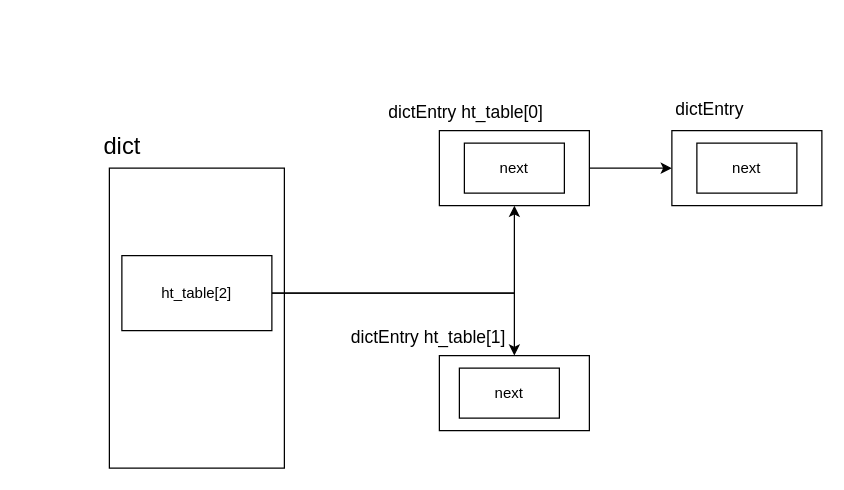
The draw.io diagram redis.drawio in hlcgithub/draw, before the edit. Source tidied: cells renumbered, new cells numbered last; positions are measured from the earlier drawing's top-left corner, leaving out a move shared by most shapes. Both pictures are drawn from the tidied source at 125%, with x=0, y=0 at pixel (90, 90).
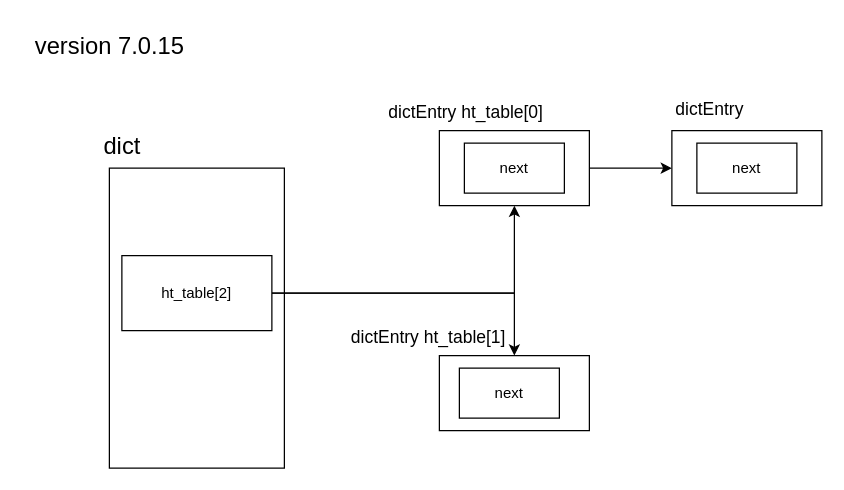
After the change.

Commit message:
增加版本说明

Diff of the diagram source:
```diff
@@
 <mxGraphModel>
   <root>
     <mxCell id="0" />
     <mxCell id="1" parent="0" />
     <mxCell id="2" value="&lt;div&gt;&lt;div&gt;&lt;br&gt;&lt;/div&gt;&lt;/div&gt;" style="rounded=0;whiteSpace=wrap;html=1;" parent="1" vertex="1">
       <mxGeometry x="15" y="62" width="140" height="240" as="geometry" />
     </mxCell>
     <mxCell id="3" value="dict" style="text;html=1;align=center;verticalAlign=middle;strokeColor=none;fillColor=none;fontSize=19;" parent="1" vertex="1">
       <mxGeometry y="25" width="50" height="40" as="geometry" />
     </mxCell>
     <mxCell id="4" style="edgeStyle=orthogonalEdgeStyle;rounded=0;jettySize=auto;html=1;" parent="1" edge="1" source="6" target="8">
       <mxGeometry relative="1" as="geometry" />
     </mxCell>
     <mxCell id="5" style="edgeStyle=orthogonalEdgeStyle;rounded=0;jettySize=auto;html=1;entryX=0.5;entryY=0;entryDx=0;entryDy=0;" parent="1" edge="1" source="6" target="10">
       <mxGeometry relative="1" as="geometry">
         <Array as="points">
           <mxPoint x="339" y="162" />
         </Array>
       </mxGeometry>
     </mxCell>
     <mxCell id="6" value="ht_table[2]" style="rounded=0;whiteSpace=wrap;html=1;" parent="1" vertex="1">
       <mxGeometry x="25" y="132" width="120" height="60" as="geometry" />
     </mxCell>
     <mxCell id="7" style="edgeStyle=orthogonalEdgeStyle;rounded=0;jettySize=auto;html=1;entryX=0;entryY=0.5;entryDx=0;entryDy=0;" parent="1" edge="1" source="8" target="14">
       <mxGeometry relative="1" as="geometry" />
     </mxCell>
     <mxCell id="8" style="whiteSpace=wrap;html=1;rounded=0;" parent="1" vertex="1">
       <mxGeometry x="279" y="32" width="120" height="60" as="geometry" />
     </mxCell>
     <mxCell id="9" value="dictEntry ht_table[0]" style="text;html=1;align=center;verticalAlign=middle;strokeColor=none;fillColor=none;fontSize=14;" parent="1" vertex="1">
       <mxGeometry x="225" y="2" width="150" height="30" as="geometry" />
     </mxCell>
     <mxCell id="10" style="whiteSpace=wrap;html=1;rounded=0;" parent="1" vertex="1">
       <mxGeometry x="279" y="212" width="120" height="60" as="geometry" />
     </mxCell>
     <mxCell id="11" value="dictEntry&amp;nbsp;ht_table[1]" style="text;html=1;align=center;verticalAlign=middle;strokeColor=none;fillColor=none;fontSize=14;" parent="1" vertex="1">
       <mxGeometry x="195" y="182" width="150" height="30" as="geometry" />
     </mxCell>
     <mxCell id="12" value="next" style="whiteSpace=wrap;html=1;rounded=0;" parent="1" vertex="1">
       <mxGeometry x="299" y="42" width="80" height="40" as="geometry" />
     </mxCell>
     <mxCell id="13" value="next" style="whiteSpace=wrap;html=1;rounded=0;" parent="1" vertex="1">
       <mxGeometry x="295" y="222" width="80" height="40" as="geometry" />
     </mxCell>
     <mxCell id="14" style="whiteSpace=wrap;html=1;rounded=0;" parent="1" vertex="1">
       <mxGeometry x="465" y="32" width="120" height="60" as="geometry" />
     </mxCell>
     <mxCell id="15" value="next" style="whiteSpace=wrap;html=1;rounded=0;" parent="1" vertex="1">
       <mxGeometry x="485" y="42" width="80" height="40" as="geometry" />
     </mxCell>
     <mxCell id="16" value="&lt;span style=&quot;font-size: 14px;&quot;&gt;dictEntry&lt;/span&gt;" style="text;html=1;align=center;verticalAlign=middle;strokeColor=none;fillColor=none;" parent="1" vertex="1">
       <mxGeometry x="455" width="80" height="30" as="geometry" />
     </mxCell>
+    <mxCell id="17" value="version 7.0.15" style="text;html=1;align=center;verticalAlign=middle;strokeColor=none;fillColor=none;fontSize=19;" parent="1" vertex="1">
+      <mxGeometry x="-55" y="-55" width="140" height="40" as="geometry" />
+    </mxCell>
   </root>
 </mxGraphModel>
```
